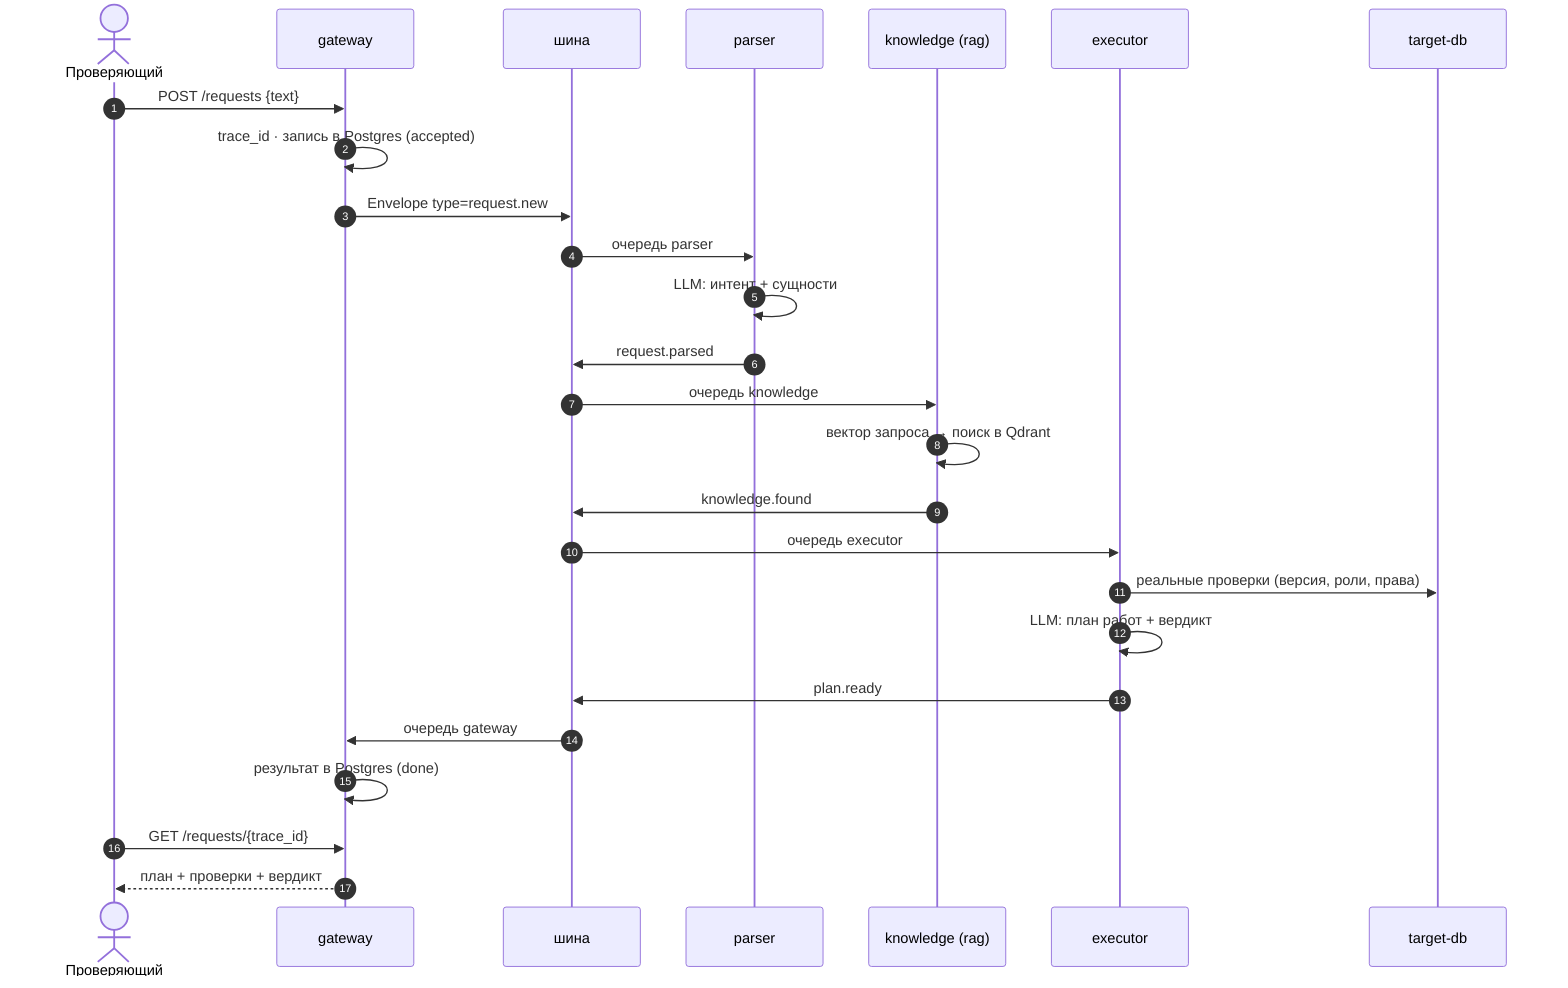
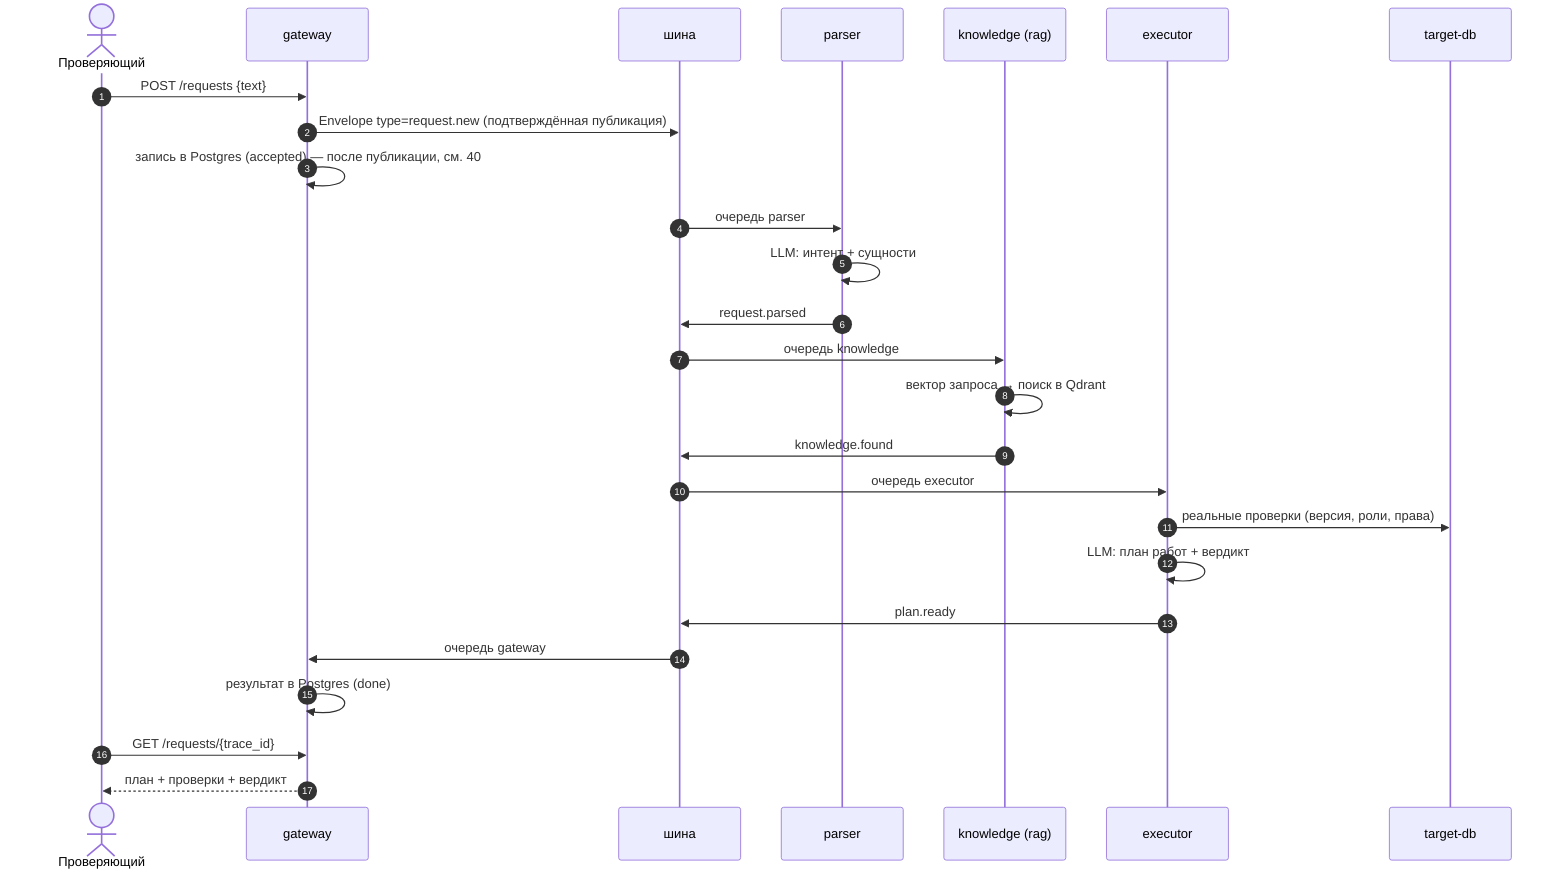
%% Путь заявки (конфигурация A). Проекция спеков 20/55 — не источник истины.
sequenceDiagram
    autonumber
    actor U as Проверяющий
    participant GW as gateway
    participant BUS as шина
    participant P as parser
    participant K as knowledge (rag)
    participant E as executor
    participant T as target-db

    U->>GW: POST /requests {text}
-     GW->>GW: trace_id · запись в Postgres (accepted)
-     GW->>BUS: Envelope type=request.new
+     GW->>BUS: Envelope type=request.new (подтверждённая публикация)
+     GW->>GW: запись в Postgres (accepted) — после публикации, см. 40
    BUS->>P: очередь parser
    P->>P: LLM: интент + сущности
    P->>BUS: request.parsed
    BUS->>K: очередь knowledge
    K->>K: вектор запроса → поиск в Qdrant
    K->>BUS: knowledge.found
    BUS->>E: очередь executor
    E->>T: реальные проверки (версия, роли, права)
    E->>E: LLM: план работ + вердикт
    E->>BUS: plan.ready
    BUS->>GW: очередь gateway
    GW->>GW: результат в Postgres (done)
    U->>GW: GET /requests/{trace_id}
    GW-->>U: план + проверки + вердикт
